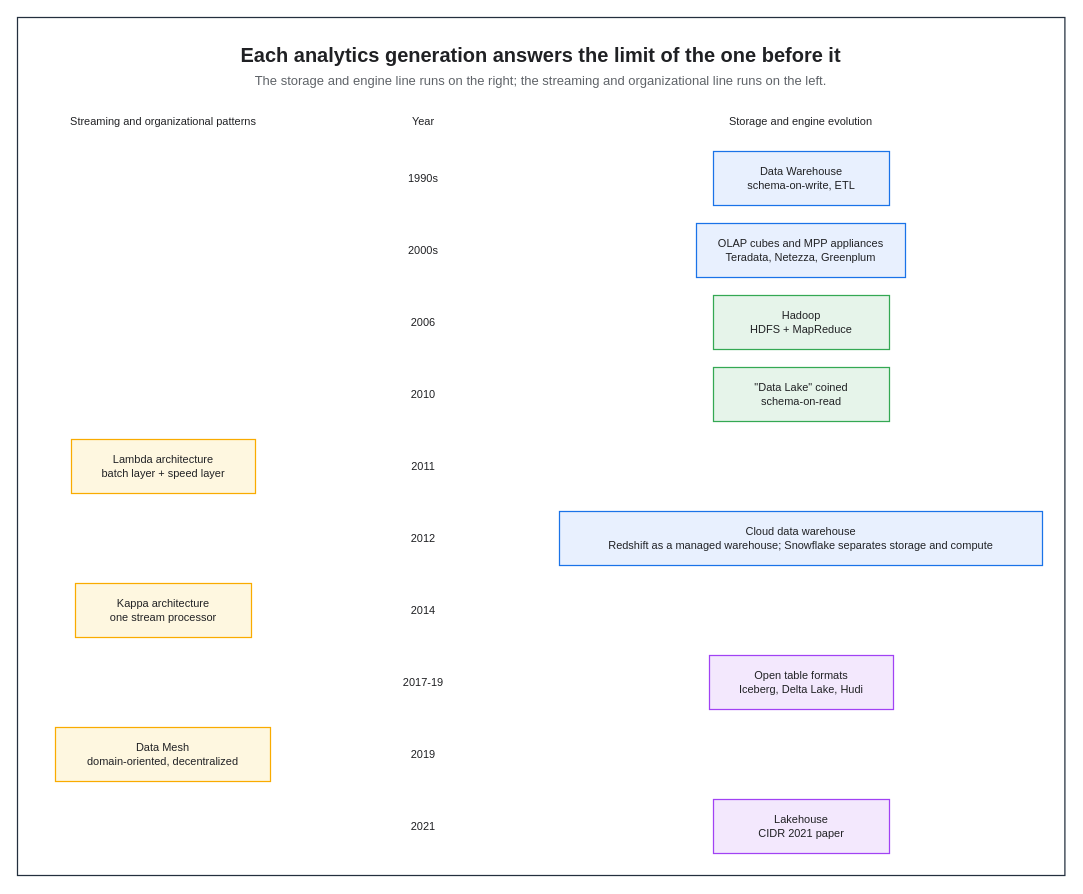
Earlier version of the draw.io diagram assets/img/aws/analytics-stack-01-architecture-history.drawio (KKamJi98/kkamji98.github.io). Source tidied: cells renumbered, new cells numbered last; positions are measured from the earlier drawing's top-left corner, leaving out a move shared by most shapes. Both pictures are drawn from the tidied source at 100%, with x=0, y=0 at pixel (17, 17).
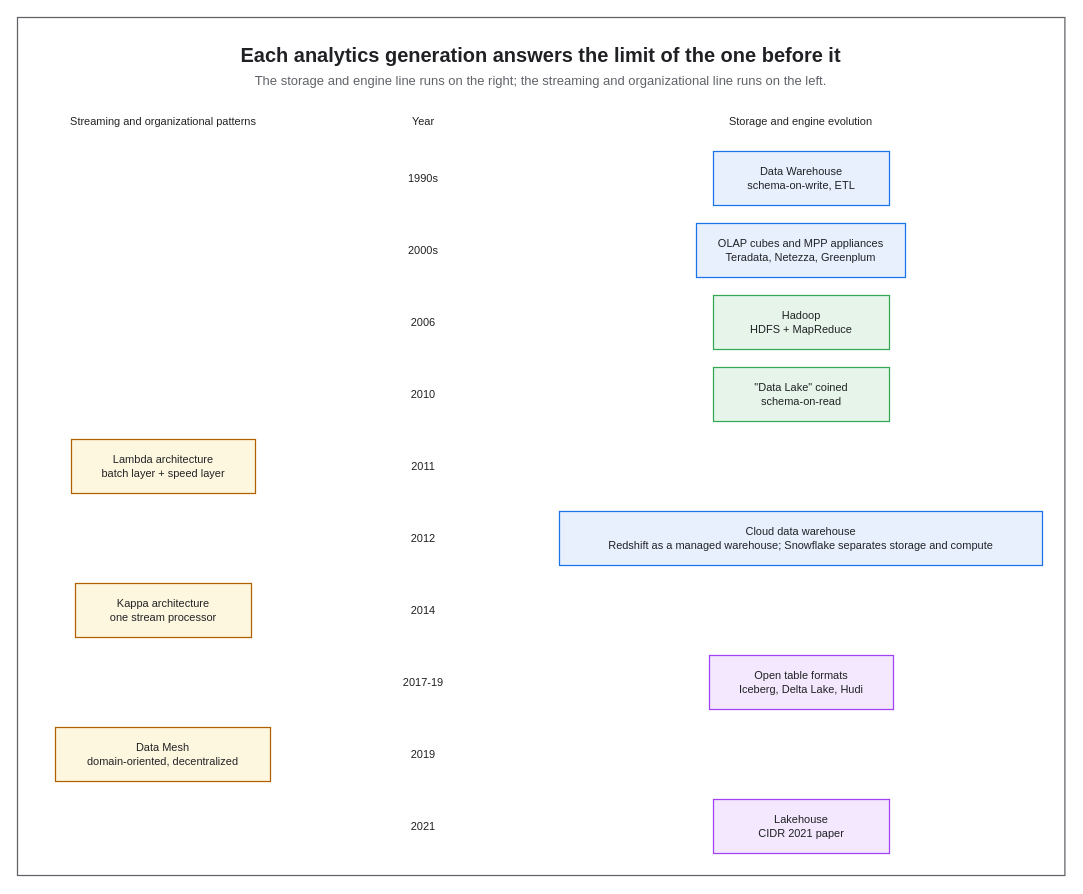
Above is the later version.

What changed in the source:
```diff
@@
-    <mxCell id="2" style="rounded=0;html=0;fillColor=none;strokeColor=#232F3E;fontColor=#202124;strokeWidth=1.25;" parent="1" vertex="1">
+    <mxCell id="2" style="rounded=0;html=0;fillColor=none;strokeColor=#5F6368;fontColor=#202124;strokeWidth=1.25;" parent="1" vertex="1">
       <mxGeometry width="1047.4" height="858" as="geometry" />
     </mxCell>
@@
-    <mxCell id="17" value="Lambda architecture&#10;batch layer + speed layer" style="rounded=0;whiteSpace=wrap;html=0;fillColor=#FEF7E0;strokeColor=#F9AB00;fontColor=#202124;fontSize=11;fontStyle=0;align=center;verticalAlign=middle;spacingLeft=6;spacingRight=6;strokeWidth=1.25;" parent="1" vertex="1">
+    <mxCell id="17" value="Lambda architecture&#10;batch layer + speed layer" style="rounded=0;whiteSpace=wrap;html=0;fillColor=#FEF7E0;strokeColor=#B06000;fontColor=#202124;fontSize=11;fontStyle=0;align=center;verticalAlign=middle;spacingLeft=6;spacingRight=6;strokeWidth=1.25;" parent="1" vertex="1">
       <mxGeometry x="54" y="422" width="184" height="54" as="geometry" />
     </mxCell>
@@
-    <mxCell id="21" value="Kappa architecture&#10;one stream processor" style="rounded=0;whiteSpace=wrap;html=0;fillColor=#FEF7E0;strokeColor=#F9AB00;fontColor=#202124;fontSize=11;fontStyle=0;align=center;verticalAlign=middle;spacingLeft=6;spacingRight=6;strokeWidth=1.25;" parent="1" vertex="1">
+    <mxCell id="21" value="Kappa architecture&#10;one stream processor" style="rounded=0;whiteSpace=wrap;html=0;fillColor=#FEF7E0;strokeColor=#B06000;fontColor=#202124;fontSize=11;fontStyle=0;align=center;verticalAlign=middle;spacingLeft=6;spacingRight=6;strokeWidth=1.25;" parent="1" vertex="1">
       <mxGeometry x="58" y="566" width="176" height="54" as="geometry" />
     </mxCell>
@@
-    <mxCell id="25" value="Data Mesh&#10;domain-oriented, decentralized" style="rounded=0;whiteSpace=wrap;html=0;fillColor=#FEF7E0;strokeColor=#F9AB00;fontColor=#202124;fontSize=11;fontStyle=0;align=center;verticalAlign=middle;spacingLeft=6;spacingRight=6;strokeWidth=1.25;" parent="1" vertex="1">
+    <mxCell id="25" value="Data Mesh&#10;domain-oriented, decentralized" style="rounded=0;whiteSpace=wrap;html=0;fillColor=#FEF7E0;strokeColor=#B06000;fontColor=#202124;fontSize=11;fontStyle=0;align=center;verticalAlign=middle;spacingLeft=6;spacingRight=6;strokeWidth=1.25;" parent="1" vertex="1">
       <mxGeometry x="38" y="710" width="215" height="54" as="geometry" />
     </mxCell>
```
